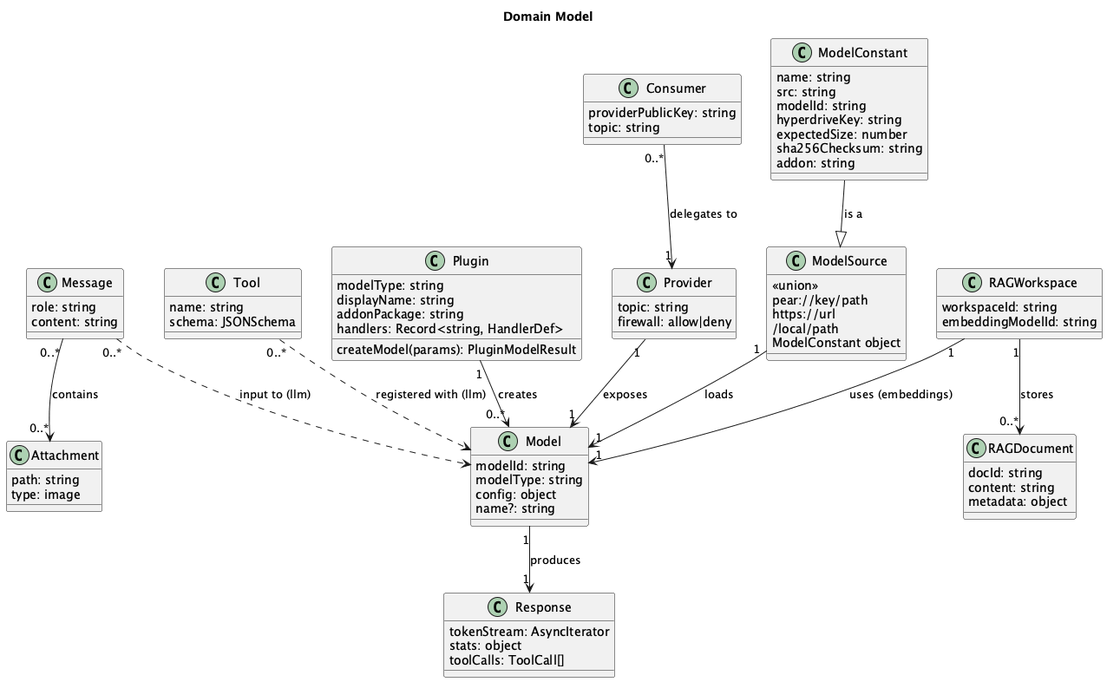
tetherto/qvac keeps this PlantUML diagram as docs/architecture/puml/images/06-domain-model.png. Above is the earlier version. Its diagram source:
```plantuml
@startuml
title Domain Model

top to bottom direction

class Plugin {
    modelType: string
    displayName: string
    addonPackage: string
    handlers: Record<string, HandlerDef>
    createModel(params): PluginModelResult
}

class Model {
    modelId: string
    modelType: string
    config: object
    name?: string
}

class ModelConstant {
    name: string
    src: string
    modelId: string
    hyperdriveKey: string
    expectedSize: number
    sha256Checksum: string
    addon: string
}

class ModelSource {
    <<union>>
    pear://key/path
    https://url
    /local/path
    ModelConstant object
}

class Message {
    role: string
    content: string
}

class Attachment {
    path: string
    type: image
}

class Tool {
    name: string
    schema: JSONSchema
}

class Response {
    tokenStream: AsyncIterator
    stats: object
    toolCalls: ToolCall[]
}

class RAGWorkspace {
    workspaceId: string
    embeddingModelId: string
}

class RAGDocument {
    docId: string
    content: string
    metadata: object
}

class Provider {
    topic: string
    firewall: allow|deny
}

class Consumer {
    providerPublicKey: string
    topic: string
}

Plugin "1" --> "0..*" Model : creates
ModelSource "1" --> "1" Model : loads
ModelConstant --|> ModelSource : is a

Message "0..*" --> "0..*" Attachment : contains
Message "0..*" ..> Model : input to (llm)
Tool "0..*" ..> Model : registered with (llm)
Model "1" --> "1" Response : produces

RAGWorkspace "1" --> "1" Model : uses (embeddings)
RAGWorkspace "1" --> "0..*" RAGDocument : stores

Provider "1" --> "1" Model : exposes
Consumer "0..*" --> "1" Provider : delegates to

@enduml
```
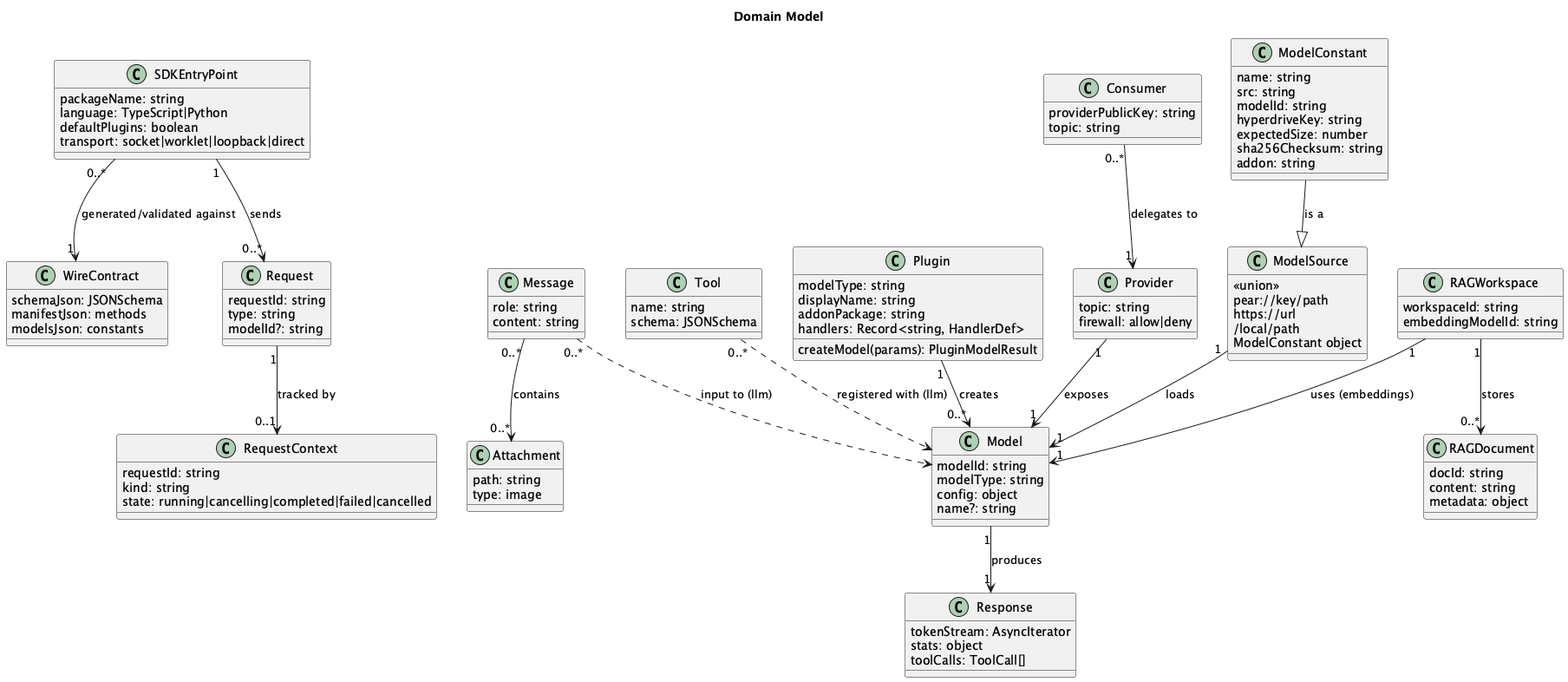
The same file after the commit.

What changed in the source:
```diff
@@ -2,6 +2,19 @@
 title Domain Model
 
 top to bottom direction
+
+class SDKEntryPoint {
+    packageName: string
+    language: TypeScript|Python
+    defaultPlugins: boolean
+    transport: socket|worklet|loopback|direct
+}
+
+class WireContract {
+    schemaJson: JSONSchema
+    manifestJson: methods
+    modelsJson: constants
+}
 
 class Plugin {
     modelType: string
@@ -16,6 +29,18 @@
     modelType: string
     config: object
     name?: string
+}
+
+class Request {
+    requestId: string
+    type: string
+    modelId?: string
+}
+
+class RequestContext {
+    requestId: string
+    kind: string
+    state: running|cancelling|completed|failed|cancelled
 }
 
 class ModelConstant {
@@ -78,7 +103,10 @@
     topic: string
 }
 
+SDKEntryPoint "0..*" --> "1" WireContract : generated/validated against
+SDKEntryPoint "1" --> "0..*" Request : sends
 Plugin "1" --> "0..*" Model : creates
+Request "1" --> "0..1" RequestContext : tracked by
 ModelSource "1" --> "1" Model : loads
 ModelConstant --|> ModelSource : is a
 
```
